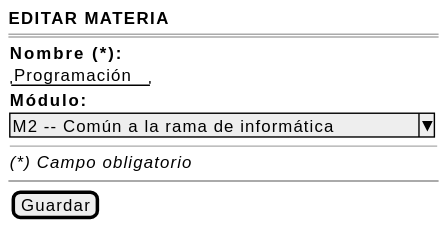
Before: images/RUP/01-requisitos/03-detalle-casos-uso/editarMateria/wireframe.svg, a diagram exported from PlantUML (mmasias/pyCeldaPublico). Source of this version:
```plantuml
@startsalt editarMateria-wireframe
{
    <b>EDITAR MATERIA</b>
    ====
    {
        <b>Nombre (*):</b>
        "Programación"
        <b>Módulo:</b>
        ^M2 -- Común a la rama de informática^
        --
        <i>(*) Campo obligatorio</i>
    }
    ~~
    {[Guardar]}
}
@endsalt
```
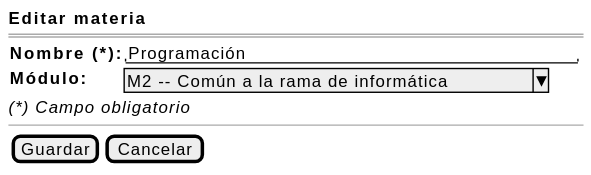
After the commit.

Change to the diagram source:
```diff
@@ -1,16 +1,13 @@
 @startsalt editarMateria-wireframe
 {
-    <b>EDITAR MATERIA</b>
+    <b>Editar materia</b>
     ====
     {
-        <b>Nombre (*):</b>
-        "Programación"
-        <b>Módulo:</b>
-        ^M2 -- Común a la rama de informática^
-        --
-        <i>(*) Campo obligatorio</i>
+        <b>Nombre (*):</b> | "Programación                            "
+        <b>Módulo:</b> | ^M2 -- Común a la rama de informática^
     }
-    ~~
-    {[Guardar]}
+    <i>(*) Campo obligatorio</i>
+    --
+    {[Guardar] | [Cancelar]}
 }
 @endsalt
```
